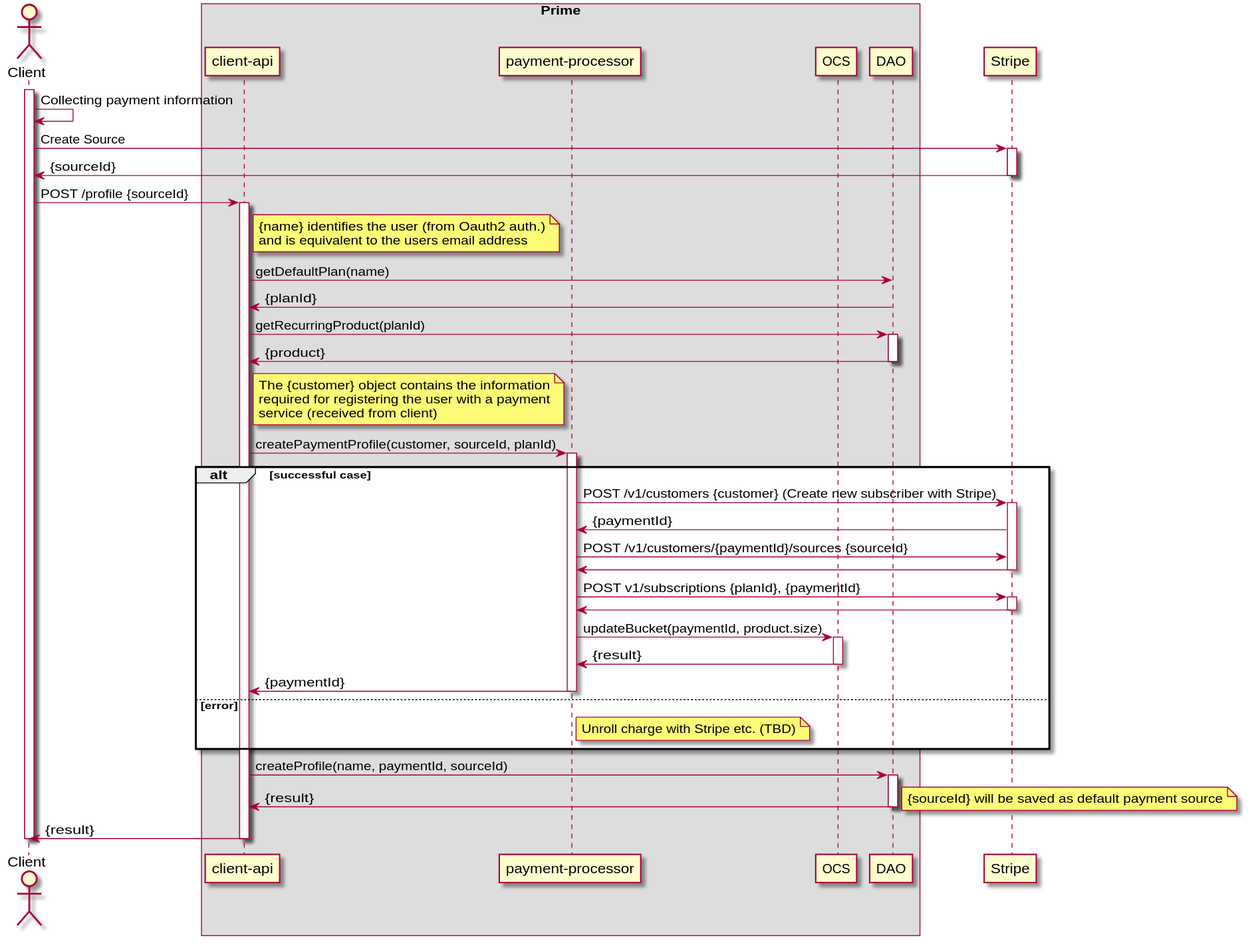
Earlier version of the PlantUML export payment-processor/doc/diagrams/create-new-subscriber.svg (ostelco/ostelco-core).
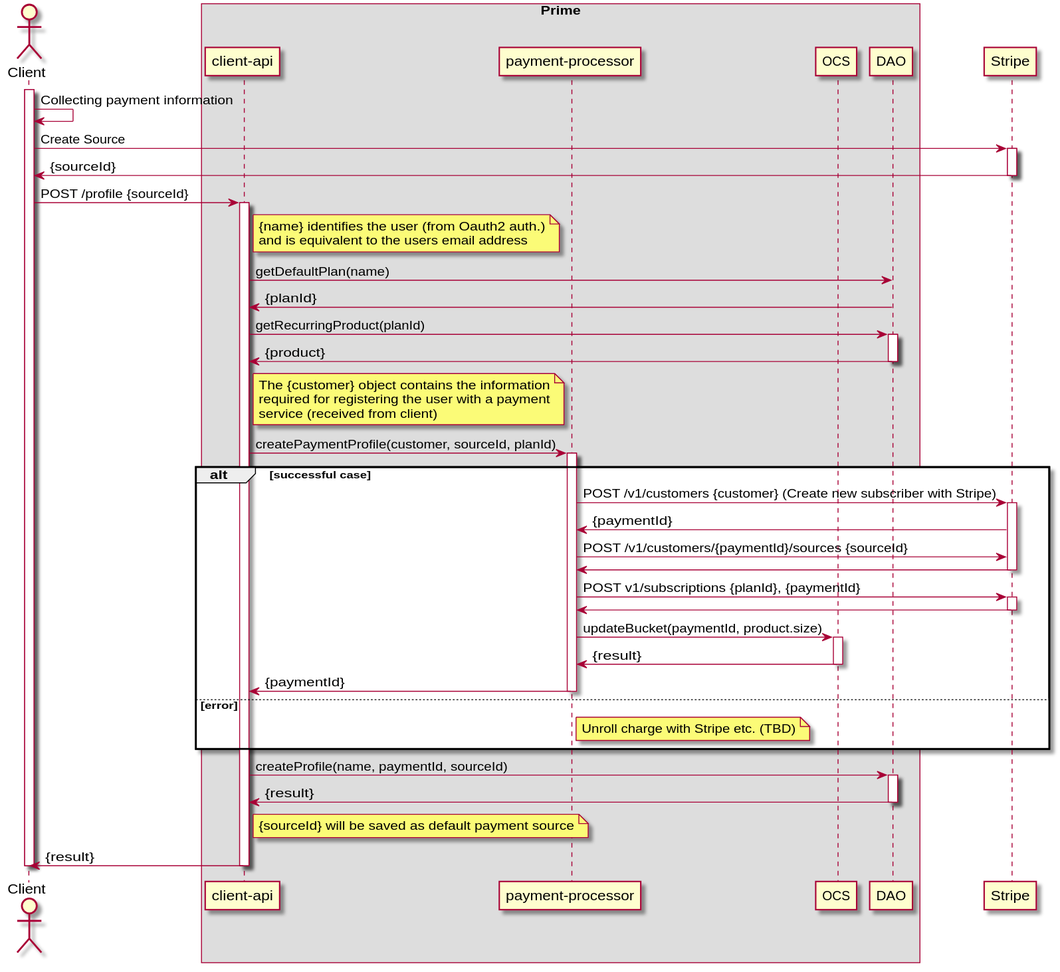
After the commit.

The edit, as a diff of the source:
```diff
@@ -75,7 +75,9 @@
     activate DAO
     DAO -> "client-api" : {result}
     deactivate DAO
-    note right : {sourceId} will be saved as default payment source
+    note right of "client-api"
+      {sourceId} will be saved as default payment source
+    end note
 
     "client-api" -> Client : {result}
     deactivate "client-api"
```
